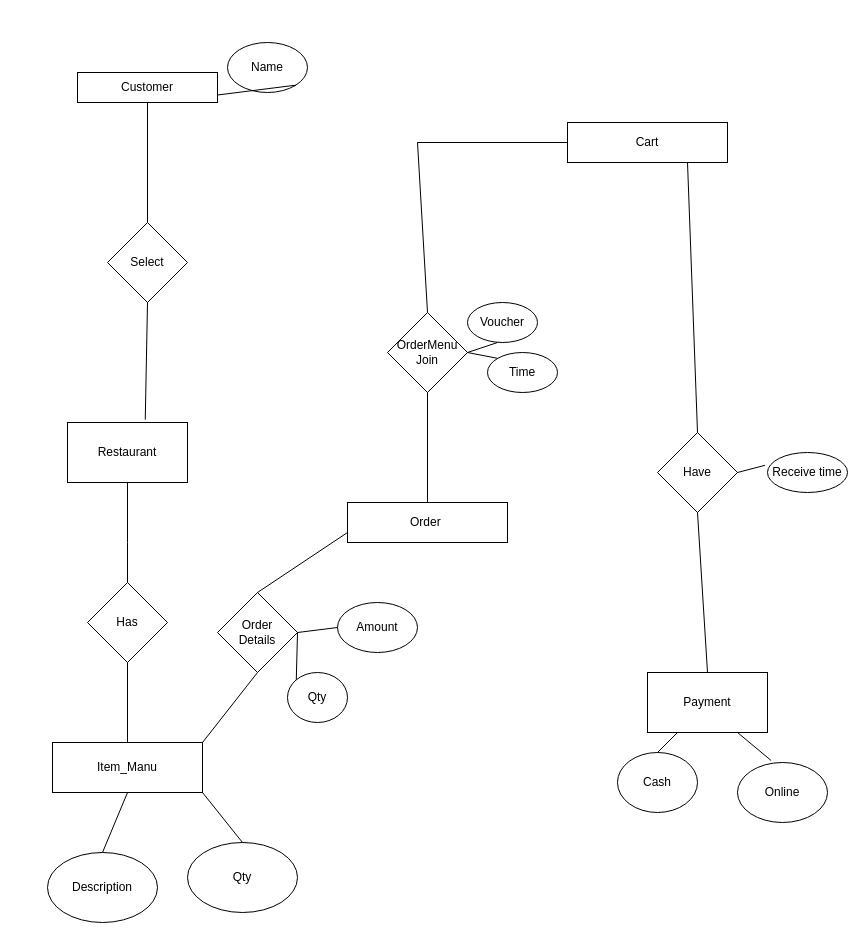
Earlier version of the draw.io diagram Untitled Diagram.drawio (axif0/370_project). Source tidied: cells renumbered, new cells numbered last; positions are measured from the earlier drawing's top-left corner, leaving out a move shared by most shapes. Both pictures are drawn from the tidied source at 100%, with x=0, y=0 at pixel (47, 42).
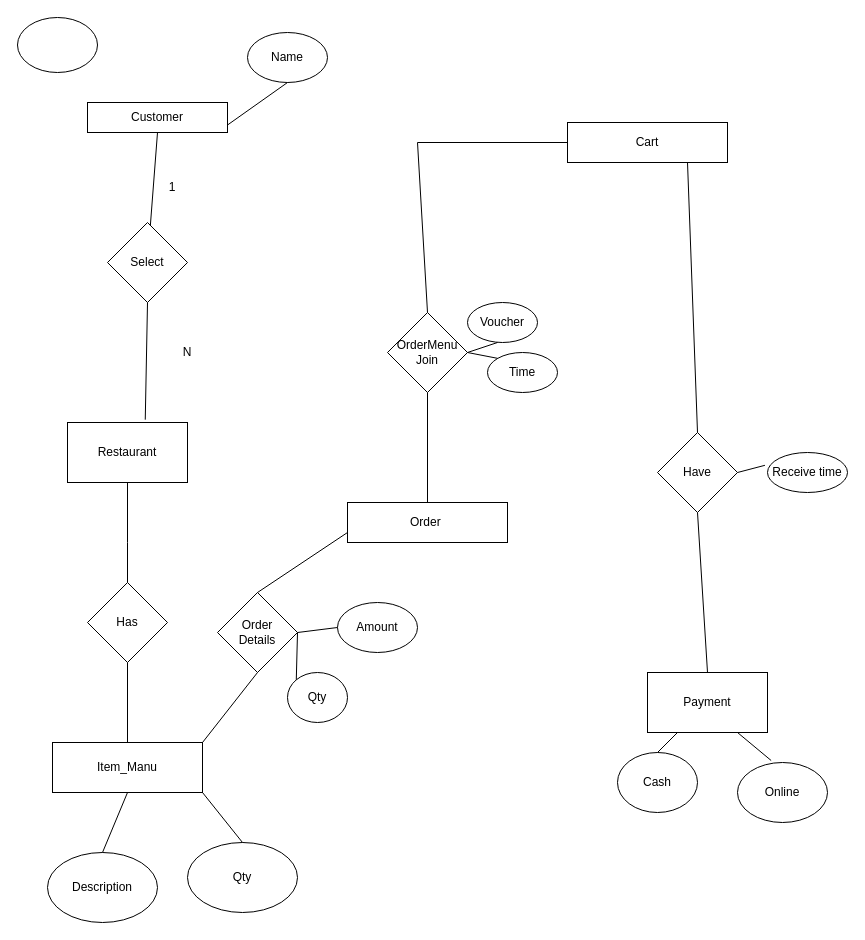
After the change.

What changed in the source:
```diff
@@
     <mxCell id="2" value="Customer" style="rounded=0;whiteSpace=wrap;html=1;" parent="1" vertex="1">
-      <mxGeometry x="30" y="30" width="140" height="30" as="geometry" />
+      <mxGeometry x="40" y="60" width="140" height="30" as="geometry" />
     </mxCell>
@@
     <mxCell id="25" value="Name" style="ellipse;whiteSpace=wrap;html=1;" parent="1" vertex="1">
-      <mxGeometry x="180" width="80" height="50" as="geometry" />
+      <mxGeometry x="200" y="-10" width="80" height="50" as="geometry" />
     </mxCell>
@@
-    <mxCell id="28" style="endArrow=none;html=1;rounded=0;entryX=1;entryY=1;entryDx=0;entryDy=0;exitX=1;exitY=0.75;exitDx=0;exitDy=0;" parent="1" edge="1" source="2" target="25">
+    <mxCell id="28" style="endArrow=none;html=1;rounded=0;entryX=0.5;entryY=1;entryDx=0;entryDy=0;exitX=1;exitY=0.75;exitDx=0;exitDy=0;" parent="1" edge="1" source="2" target="25">
       <mxGeometry relative="1" as="geometry" />
     </mxCell>
@@
+    <mxCell id="43" style="ellipse;whiteSpace=wrap;html=1;" parent="1" vertex="1">
+      <mxGeometry x="-30" y="-25" width="80" height="55" as="geometry" />
+    </mxCell>
+    <mxCell id="44" value="1" style="text;html=1;strokeColor=none;fillColor=none;align=center;verticalAlign=middle;whiteSpace=wrap;rounded=0;" parent="1" vertex="1">
+      <mxGeometry x="95" y="130" width="60" height="30" as="geometry" />
+    </mxCell>
+    <mxCell id="45" value="N" style="text;html=1;strokeColor=none;fillColor=none;align=center;verticalAlign=middle;whiteSpace=wrap;rounded=0;" parent="1" vertex="1">
+      <mxGeometry x="110" y="295" width="60" height="30" as="geometry" />
+    </mxCell>
```
